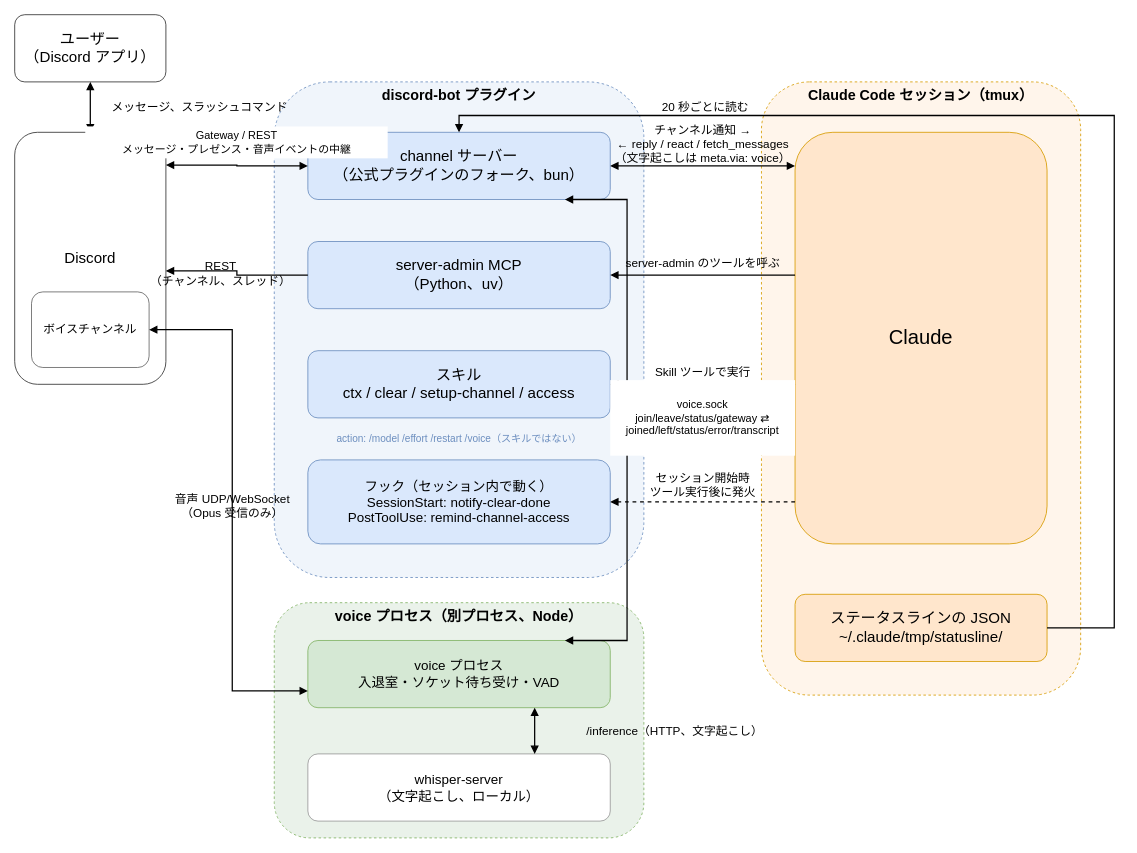
Before: docs/diagrams/architecture.drawio in umitsu-tech/claude-code-discord-bot, a draw.io diagram. Source tidied: cells renumbered, new cells numbered last; positions are measured from the earlier drawing's top-left corner, leaving out a move shared by most shapes. Both pictures are drawn from the tidied source at 84%, with x=0, y=0 at pixel (14, 14).
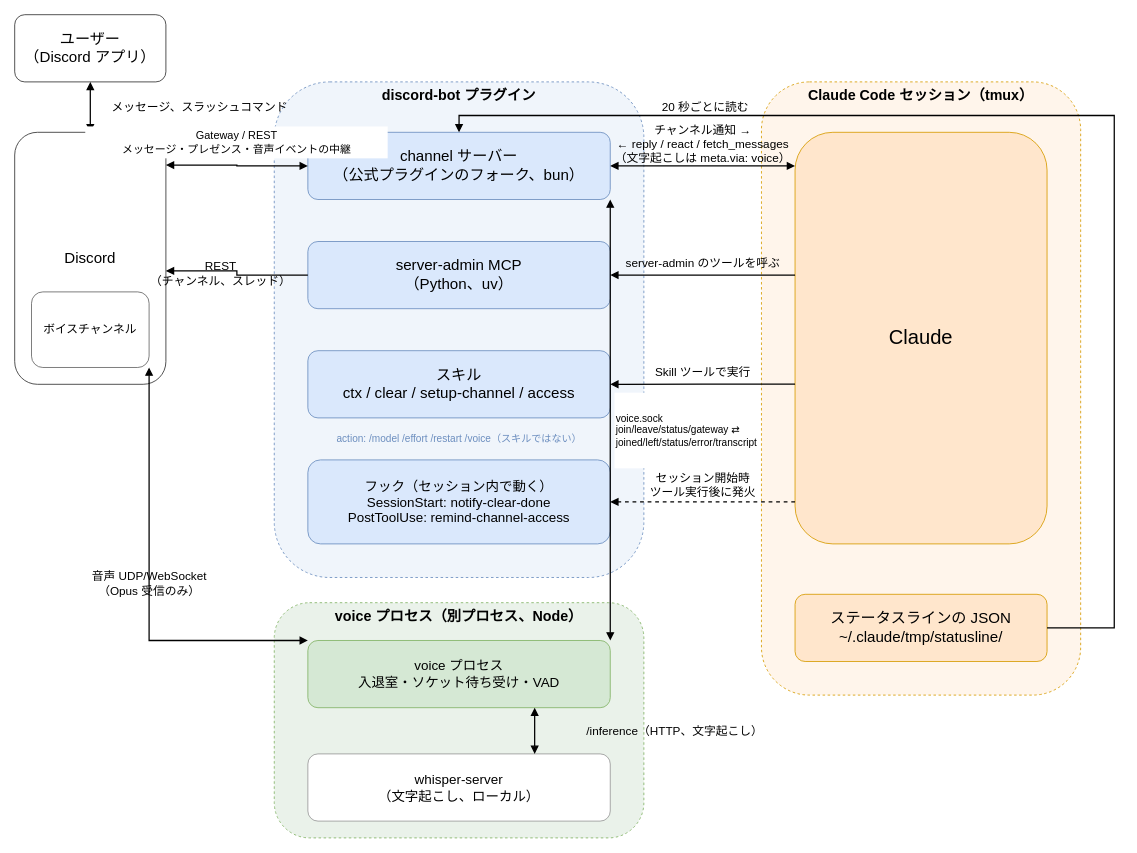
The same page after the edit.

Commit message (it also covers changes not shown here):
構成図のvoiceプロセス周りの矢印を直線・折れ1回に整理

The change refers to these unchanged cells:
```xml
<mxCell id="4" value="ボイスチャンネル" style="rounded=1;whiteSpace=wrap;html=1;fillColor=#FFFFFF;strokeColor=#666666;fontSize=14;" parent="1" vertex="1">
  <mxGeometry x="20" y="330" width="140" height="90" as="geometry" />
</mxCell>
<mxCell id="6" value="&lt;font style=&quot;font-size: 18px;&quot;&gt;channel サーバー&lt;br&gt;（公式プラグインのフォーク、bun）&lt;/font&gt;" style="rounded=1;whiteSpace=wrap;html=1;fillColor=#DAE8FC;strokeColor=#6C8EBF;fontSize=16;" parent="1" vertex="1">
  <mxGeometry x="349" y="140" width="360" height="80" as="geometry" />
</mxCell>
<mxCell id="12" value="voice プロセス&lt;br&gt;入退室・ソケット待ち受け・VAD" style="rounded=1;whiteSpace=wrap;html=1;fillColor=#D5E8D4;strokeColor=#82B366;fontSize=16;" parent="1" vertex="1">
  <mxGeometry x="349" y="745" width="360" height="80" as="geometry" />
</mxCell>
```

Diff of the diagram source:
```diff
@@
-    <mxCell id="26" style="edgeStyle=orthogonalEdgeStyle;rounded=0;html=1;fontSize=14;endArrow=block;endFill=1;strokeWidth=1.5;startArrow=block;startFill=1;exitX=0.85;exitY=1;entryX=0.85;entryY=0;labelBackgroundColor=#ffffff;" parent="1" edge="1" source="6" target="12">
-      <mxGeometry relative="1" as="geometry">
-        <Array as="points">
-          <mxPoint x="729" y="220" />
-          <mxPoint x="729" y="745" />
-        </Array>
-      </mxGeometry>
+    <mxCell id="26" style="edgeStyle=orthogonalEdgeStyle;rounded=0;html=1;fontSize=14;endArrow=block;endFill=1;strokeWidth=1.5;startArrow=block;startFill=1;exitX=1;exitY=1;entryX=1;entryY=0;labelBackgroundColor=#ffffff;" parent="1" edge="1" source="6" target="12">
+      <mxGeometry relative="1" as="geometry" />
     </mxCell>
-    <mxCell id="27" value="voice.sock&lt;br&gt;join/leave/status/gateway ⇄&lt;br&gt;joined/left/status/error/transcript" style="rounded=0;whiteSpace=wrap;html=1;fillColor=#ffffff;strokeColor=none;fontSize=13;align=center;verticalAlign=middle;" parent="1" vertex="1">
-      <mxGeometry x="709" y="435" width="220" height="90" as="geometry" />
+    <mxCell id="27" value="voice.sock&lt;br&gt;join/leave/status/gateway ⇄&lt;br&gt;joined/left/status/error/transcript" style="rounded=0;whiteSpace=wrap;html=1;fillColor=#ffffff;strokeColor=none;fontSize=12;align=left;verticalAlign=middle;" parent="1" vertex="1">
+      <mxGeometry x="714" y="450" width="170" height="90" as="geometry" />
     </mxCell>
-    <mxCell id="28" value="音声 UDP/WebSocket&lt;br&gt;（Opus 受信のみ）" style="edgeStyle=orthogonalEdgeStyle;rounded=0;html=1;fontSize=14;endArrow=block;endFill=1;strokeWidth=1.5;startArrow=block;startFill=1;exitX=0;exitY=0.75;entryX=1;entryY=0.5;labelBackgroundColor=none;" parent="1" edge="1" source="12" target="4">
+    <mxCell id="28" value="音声 UDP/WebSocket&lt;br&gt;（Opus 受信のみ）" style="edgeStyle=orthogonalEdgeStyle;rounded=0;html=1;fontSize=14;endArrow=block;endFill=1;strokeWidth=1.5;startArrow=block;startFill=1;exitX=0;exitY=0;entryX=1;entryY=1;labelBackgroundColor=none;" parent="1" edge="1" source="12" target="4">
       <mxGeometry relative="1" as="geometry">
         <Array as="points">
-          <mxPoint x="259" y="805" />
-          <mxPoint x="259" y="375" />
+          <mxPoint x="160" y="745" />
         </Array>
       </mxGeometry>
     </mxCell>
```
